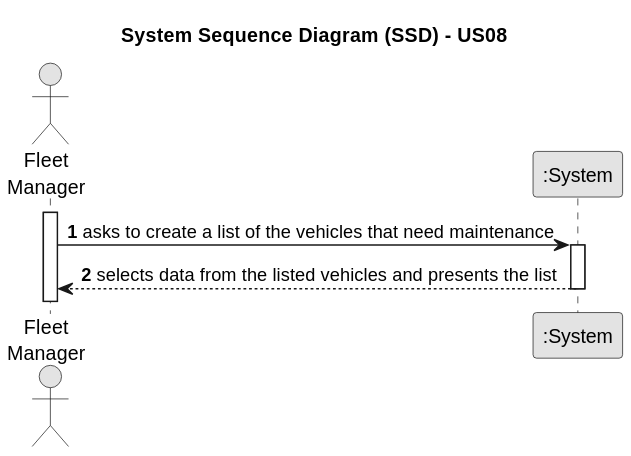
The PlantUML diagram docs/sprintC/us28/01.requirements-engineering/svg/us28-system-sequence-diagram.svg in Paulo-Pereira-at-ISEP/lei-24-s2-1nanb-g321, before a commit.
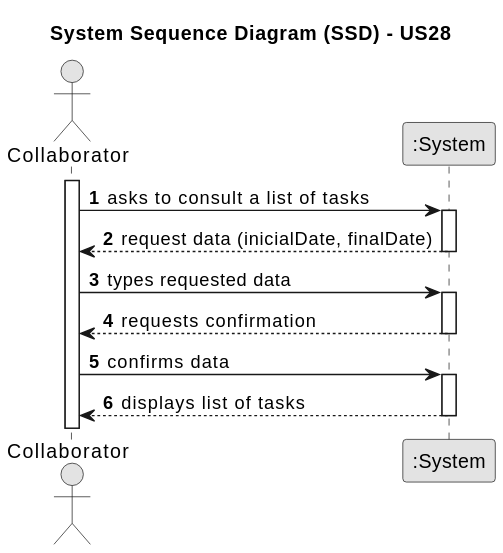
Later version of the same file.

What changed in the source:
```diff
@@ -3,18 +3,30 @@
 skinparam packageStyle rectangle
 skinparam shadowing false
 
-title System Sequence Diagram (SSD) - US08
+title System Sequence Diagram (SSD) - US28
 
 autonumber
 
-actor "Fleet\nManager" as Employee
+actor "Collaborator" as Employee
 participant ":System" as System
 
 activate Employee
 
-    Employee -> System : asks to create a list of the vehicles that need maintenance
+    Employee -> System : asks to consult a list of tasks
     activate System
 
-        System --> Employee : selects data from the listed vehicles and presents the list
+        System --> Employee : request data (inicialDate, finalDate)
+    deactivate System
+
+    Employee -> System : types requested data
+    activate System
+
+        System --> Employee : requests confirmation
+    deactivate System
+
+    Employee -> System : confirms data
+    activate System
+
+        System --> Employee : displays list of tasks
     deactivate System
 @enduml
```
